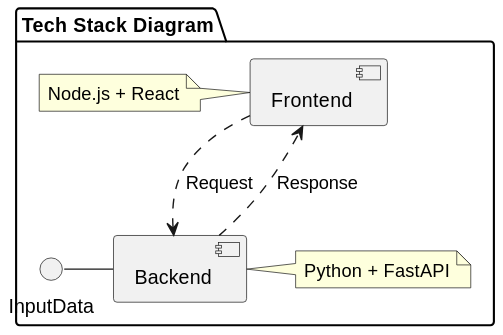
Ganic-Ismar/pblv keeps this PlantUML diagram as assets/component_diagram.svg. Above is the earlier version.
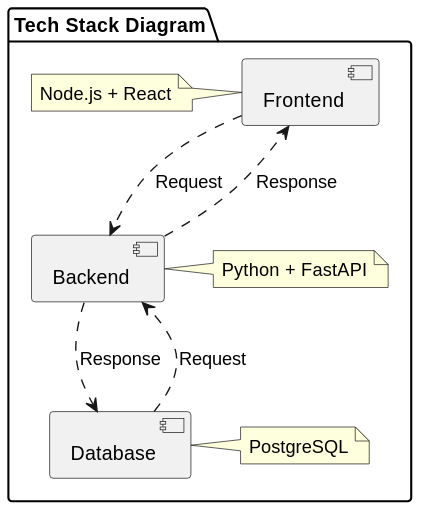
After the change.

Commit message:
Add Database component to Tech Stack Diagram

What changed in the source:
```diff
@@ -3,6 +3,7 @@
 package "Tech Stack Diagram" {
     [Frontend] as F
     [Backend] as B
+    [Database] as DB
 
     note left of F
     Node.js + React
@@ -12,8 +13,13 @@
     Python + FastAPI
     end note
 
+    note right of DB
+    PostgreSQL
+    end note
+
     F ..> B : Request
     B ..> F : Response
-    InputData - B
+    DB ..> B : Request
+    B ..> DB : Response
 }
 @enduml
```
